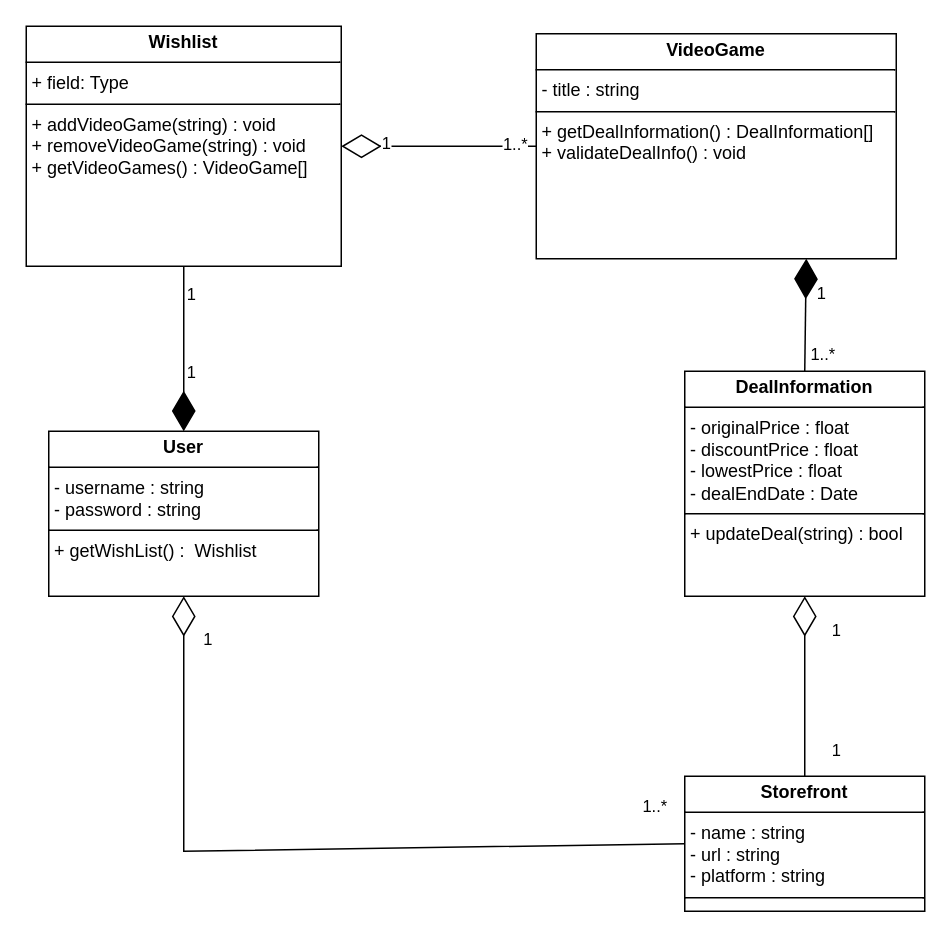
The draw.io diagram page "UML" (2 of 5) of design/Crossdeals-Design-Diagrams.drawio in Crossdeals/comp7082-group11-project, before the edit. Source tidied: cells renumbered, new cells numbered last; positions are measured from the earlier drawing's top-left corner, leaving out a move shared by most shapes. Both pictures are drawn from the tidied source at 150%, with x=0, y=0 at pixel (26, 26).
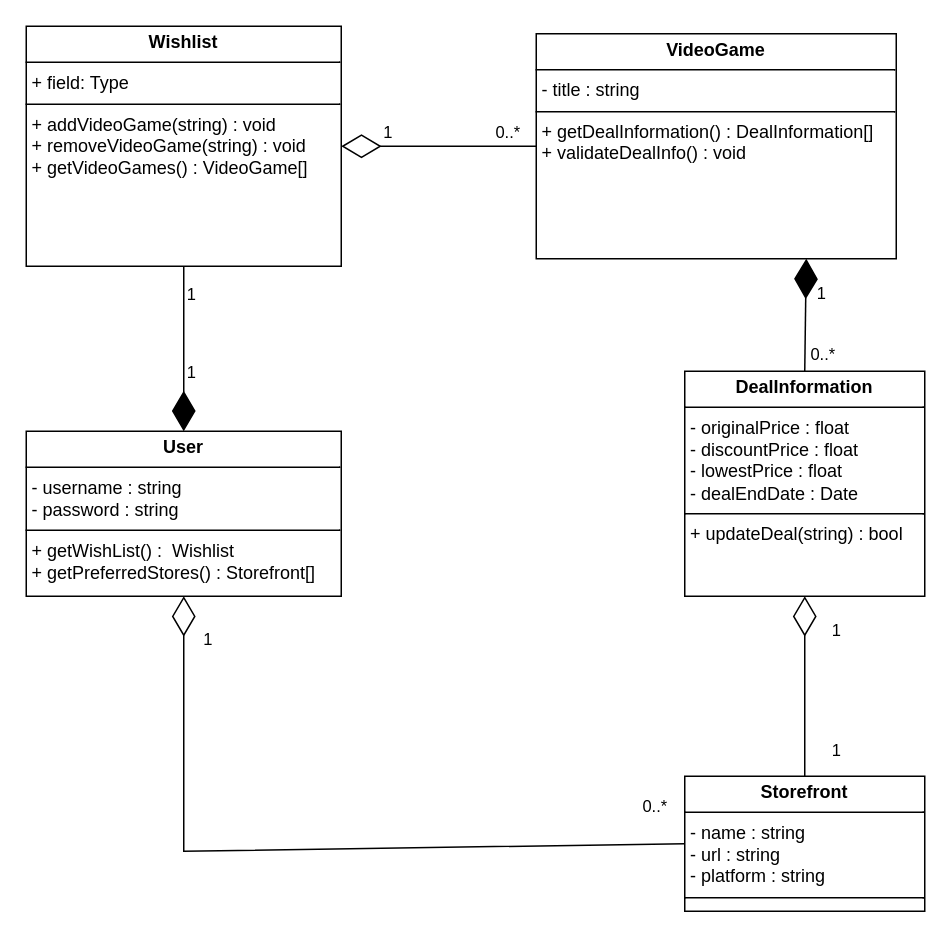
After the change.

Commit message:
final adjustments for diagrams

Unchanged cells that the change refers to:
```xml
<mxCell id="10" style="endArrow=diamondThin;endFill=0;endSize=24;html=1;rounded=0;entryX=0.5;entryY=1;entryDx=0;entryDy=0;exitX=0;exitY=0.5;exitDx=0;exitDy=0;" parent="1" edge="1" source="5" target="3">
  <mxGeometry relative="1" as="geometry">
    <Array as="points">
      <mxPoint x="105" y="550" />
    </Array>
  </mxGeometry>
</mxCell>
<mxCell id="16" style="endArrow=diamondThin;endFill=0;endSize=24;html=1;rounded=0;entryX=1;entryY=0.5;entryDx=0;entryDy=0;exitX=0;exitY=0.5;exitDx=0;exitDy=0;" parent="1" edge="1" source="2" target="4">
  <mxGeometry relative="1" as="geometry" />
</mxCell>
<mxCell id="19" style="endArrow=diamondThin;endFill=1;endSize=24;html=1;rounded=0;entryX=0.75;entryY=1;entryDx=0;entryDy=0;exitX=0.5;exitY=0;exitDx=0;exitDy=0;" parent="1" edge="1" source="6" target="2">
  <mxGeometry relative="1" as="geometry" />
</mxCell>
```

Diff of the diagram source:
```diff
@@
-    <mxCell id="3" value="&lt;p style=&quot;margin:0px;margin-top:4px;text-align:center;&quot;&gt;&lt;b&gt;User&lt;/b&gt;&lt;/p&gt;&lt;hr size=&quot;1&quot; style=&quot;border-style:solid;&quot;&gt;&lt;p style=&quot;margin:0px;margin-left:4px;&quot;&gt;- username : string&lt;/p&gt;&lt;p style=&quot;margin:0px;margin-left:4px;&quot;&gt;- password : string&lt;/p&gt;&lt;hr size=&quot;1&quot; style=&quot;border-style:solid;&quot;&gt;&lt;p style=&quot;margin:0px;margin-left:4px;&quot;&gt;+ getWishList() :&amp;nbsp; Wishlist&lt;/p&gt;" style="verticalAlign=top;align=left;overflow=fill;html=1;whiteSpace=wrap;" parent="1" vertex="1">
-      <mxGeometry x="15" y="270" width="180" height="110" as="geometry" />
+    <mxCell id="3" value="&lt;p style=&quot;margin:0px;margin-top:4px;text-align:center;&quot;&gt;&lt;b&gt;User&lt;/b&gt;&lt;/p&gt;&lt;hr size=&quot;1&quot; style=&quot;border-style:solid;&quot;&gt;&lt;p style=&quot;margin:0px;margin-left:4px;&quot;&gt;- username : string&lt;/p&gt;&lt;p style=&quot;margin:0px;margin-left:4px;&quot;&gt;- password : string&lt;/p&gt;&lt;hr size=&quot;1&quot; style=&quot;border-style:solid;&quot;&gt;&lt;p style=&quot;margin:0px;margin-left:4px;&quot;&gt;+ getWishList() :&amp;nbsp; Wishlist&lt;/p&gt;&lt;p style=&quot;margin:0px;margin-left:4px;&quot;&gt;+ getPreferredStores() : Storefront[]&lt;/p&gt;" style="verticalAlign=top;align=left;overflow=fill;html=1;whiteSpace=wrap;" parent="1" vertex="1">
+      <mxGeometry y="270" width="210" height="110" as="geometry" />
     </mxCell>
@@
-    <mxCell id="12" value="1..*" style="edgeLabel;html=1;align=center;verticalAlign=middle;" parent="10" vertex="1">
+    <mxCell id="12" value="0..*" style="edgeLabel;html=1;align=center;verticalAlign=middle;" parent="10" vertex="1">
       <mxGeometry x="-0.86" y="1" relative="1" as="geometry">
         <mxPoint x="14" y="-27" as="offset" />
       </mxGeometry>
     </mxCell>
@@
     <mxCell id="17" value="1" style="edgeLabel;html=1;align=center;verticalAlign=middle;" parent="16" vertex="1">
-      <mxGeometry x="0.56" y="-3" relative="1" as="geometry" />
+      <mxGeometry x="0.56" y="-3" relative="1" as="geometry">
+        <mxPoint x="1" y="-7" as="offset" />
+      </mxGeometry>
     </mxCell>
-    <mxCell id="18" value="1..*" style="edgeLabel;html=1;align=center;verticalAlign=middle;" parent="16" vertex="1">
-      <mxGeometry x="-0.77" y="-2" relative="1" as="geometry" />
+    <mxCell id="18" value="0..*" style="edgeLabel;html=1;align=center;verticalAlign=middle;" parent="16" vertex="1">
+      <mxGeometry x="-0.77" y="-2" relative="1" as="geometry">
+        <mxPoint x="-5" y="-8" as="offset" />
+      </mxGeometry>
     </mxCell>
@@
-    <mxCell id="21" value="1..*" style="edgeLabel;html=1;align=center;verticalAlign=middle;" parent="19" vertex="1">
+    <mxCell id="21" value="0..*" style="edgeLabel;html=1;align=center;verticalAlign=middle;" parent="19" vertex="1">
       <mxGeometry x="-0.68" y="-2" relative="1" as="geometry">
         <mxPoint x="9" as="offset" />
       </mxGeometry>
     </mxCell>
```
